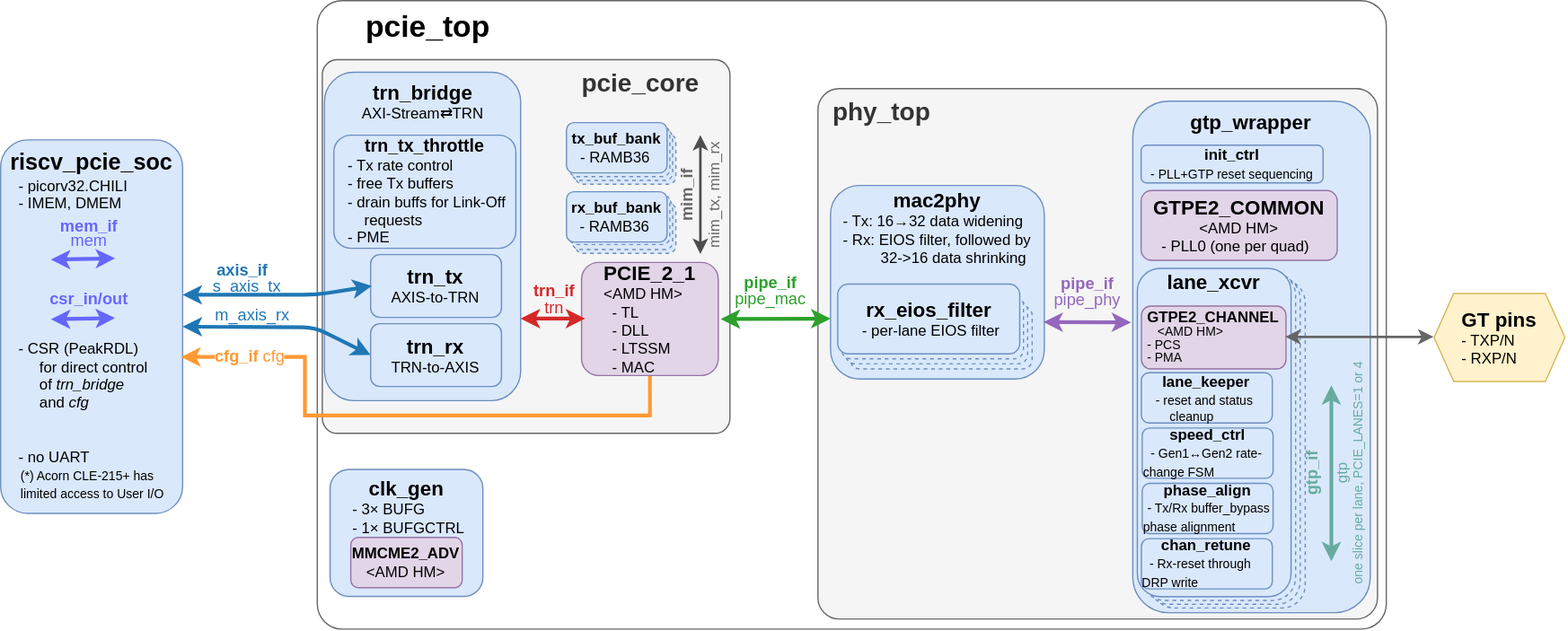
chili-chips/openPCIE keeps this draw.io diagram as 0.doc/2.rtl/block-diagram.drawio.svg. Above is the earlier version. Source tidied: cells renumbered, new cells last; positions are measured from the earlier drawing's top-left corner, leaving out a move shared by most shapes.
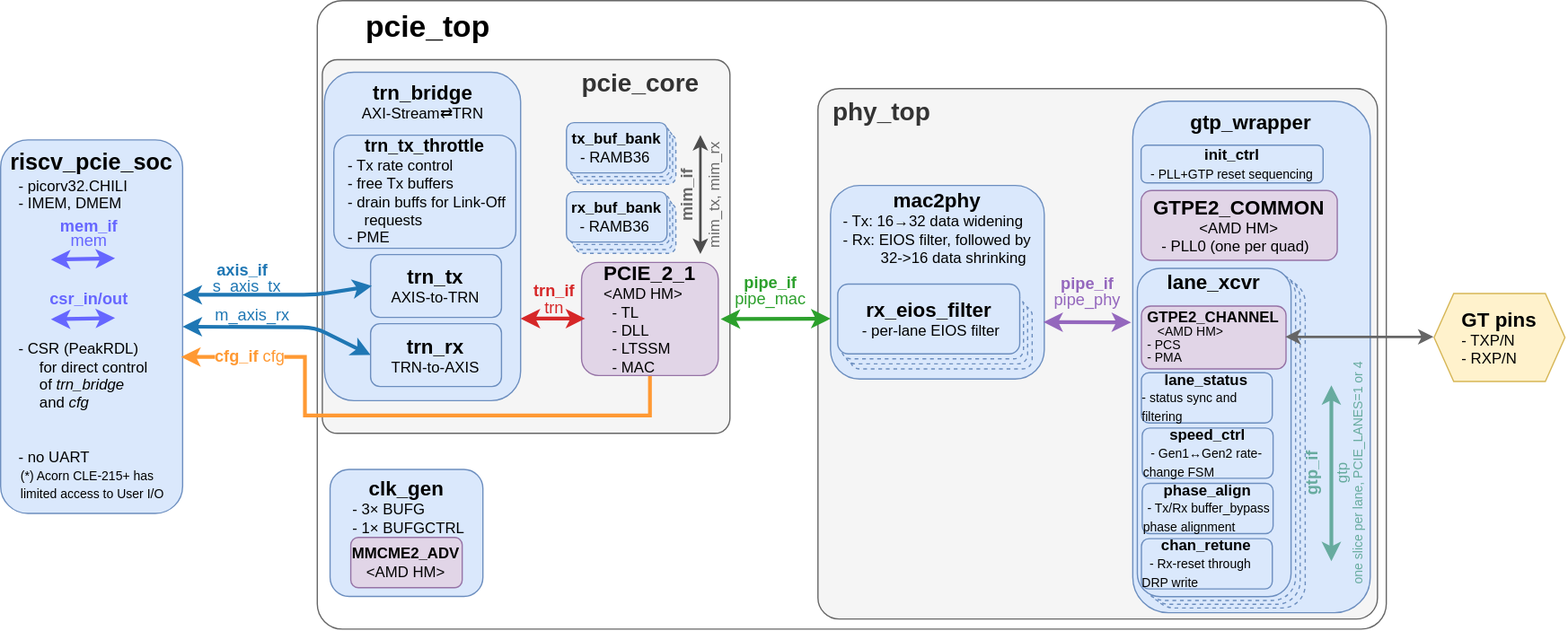
Later version of the same file.

The edit, as a diff of the source:
```diff
@@ -109,7 +109,7 @@
         <mxPoint x="899" y="256" as="targetPoint" />
       </mxGeometry>
     </mxCell>
-    <mxCell id="29" value="&lt;font&gt;&lt;b style=&quot;&quot;&gt;lane_keeper&lt;/b&gt;&lt;/font&gt;&lt;div&gt;&lt;div style=&quot;text-align: left;&quot;&gt;&lt;span style=&quot;background-color: transparent; color: light-dark(rgb(0, 0, 0), rgb(255, 255, 255)); font-size: 10px;&quot;&gt;- reset and status&amp;nbsp;&lt;/span&gt;&lt;/div&gt;&lt;div style=&quot;line-height: 90%;&quot;&gt;&lt;div style=&quot;text-align: left;&quot;&gt;&lt;font style=&quot;font-size: 10px; line-height: 90%;&quot;&gt;&amp;nbsp; &amp;nbsp; cleanup&lt;/font&gt;&lt;/div&gt;&lt;/div&gt;&lt;/div&gt;" style="rounded=1;whiteSpace=wrap;html=1;fillColor=#dae8fc;strokeColor=#6c8ebf;" parent="1" vertex="1">
+    <mxCell id="29" value="&lt;font&gt;&lt;b style=&quot;&quot;&gt;lane_status&lt;/b&gt;&lt;/font&gt;&lt;div&gt;&lt;div style=&quot;text-align: left;&quot;&gt;&lt;span style=&quot;background-color: transparent; color: light-dark(rgb(0, 0, 0), rgb(255, 255, 255)); font-size: 10px;&quot;&gt;- status&amp;nbsp;&lt;/span&gt;&lt;span style=&quot;background-color: transparent; text-align: center; font-size: 10px;&quot;&gt;sync and filtering&lt;/span&gt;&lt;/div&gt;&lt;/div&gt;" style="rounded=1;whiteSpace=wrap;html=1;fillColor=#dae8fc;strokeColor=#6c8ebf;" parent="1" vertex="1">
       <mxGeometry x="907.3" y="296" width="104.1" height="40" as="geometry" />
     </mxCell>
     <mxCell id="30" value="&lt;font&gt;&lt;b style=&quot;&quot;&gt;speed_ctrl&lt;/b&gt;&lt;/font&gt;&lt;div&gt;&lt;div style=&quot;text-align: left;&quot;&gt;&amp;nbsp;&lt;font style=&quot;font-size: 10px; line-height: 90%;&quot;&gt; -&amp;nbsp;Gen1↔Gen2 rate-change FSM&lt;/font&gt;&lt;/div&gt;&lt;/div&gt;" style="rounded=1;whiteSpace=wrap;html=1;fillColor=#dae8fc;strokeColor=#6c8ebf;" parent="1" vertex="1">
```
